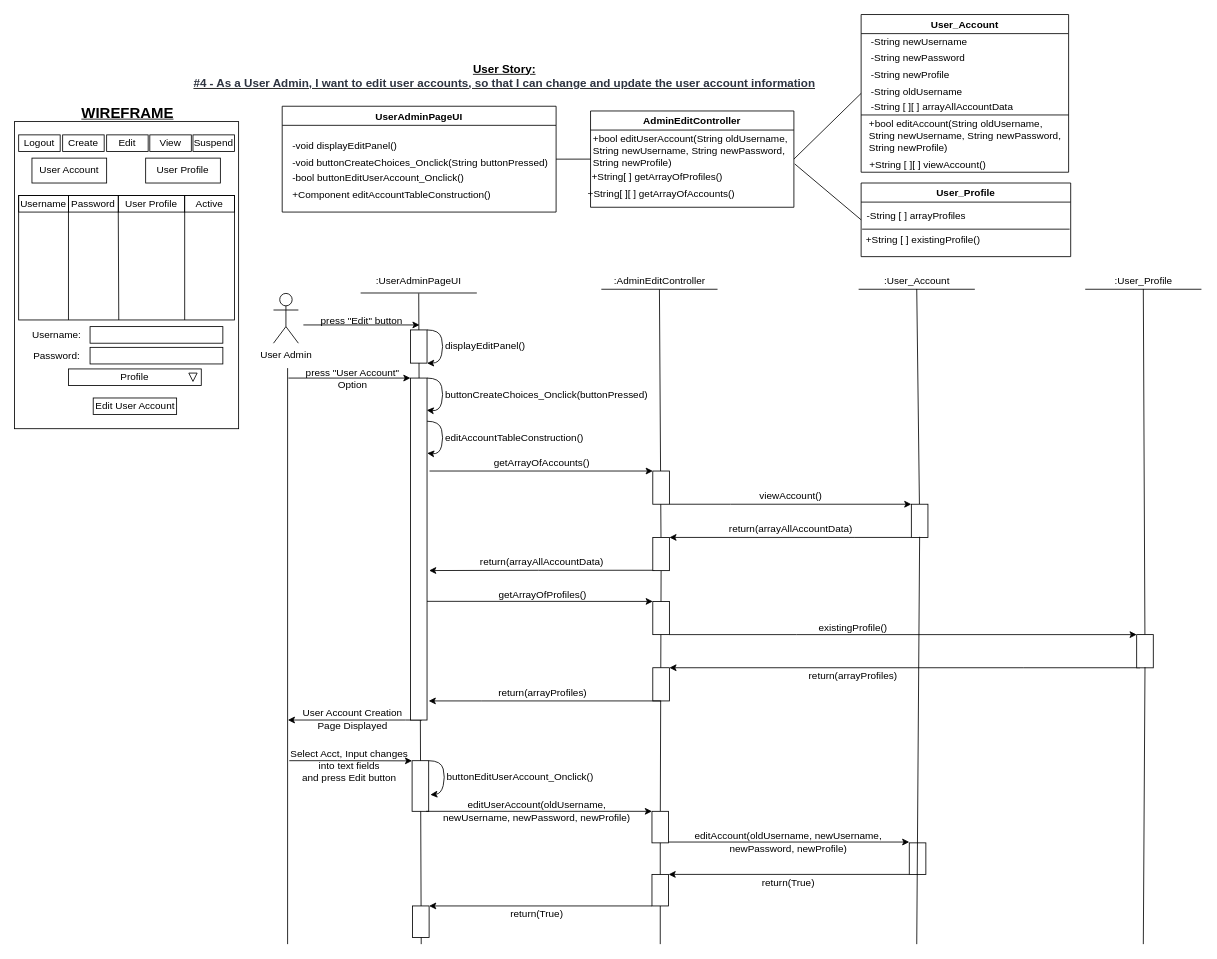
Before: BCE_UML_and_Diagrams/UserAdmin/UserAdmin_Edit(#4&9)/UserStory#4_EditUserAccount.drawio in extred5700/JAVAGUI-Restaurant-Table-Order-System, a draw.io diagram. Source tidied: cells renumbered, new cells numbered last; positions are measured from the earlier drawing's top-left corner, leaving out a move shared by most shapes. Both pictures are drawn from the tidied source at 83%, with x=0, y=0 at pixel (14, 14).
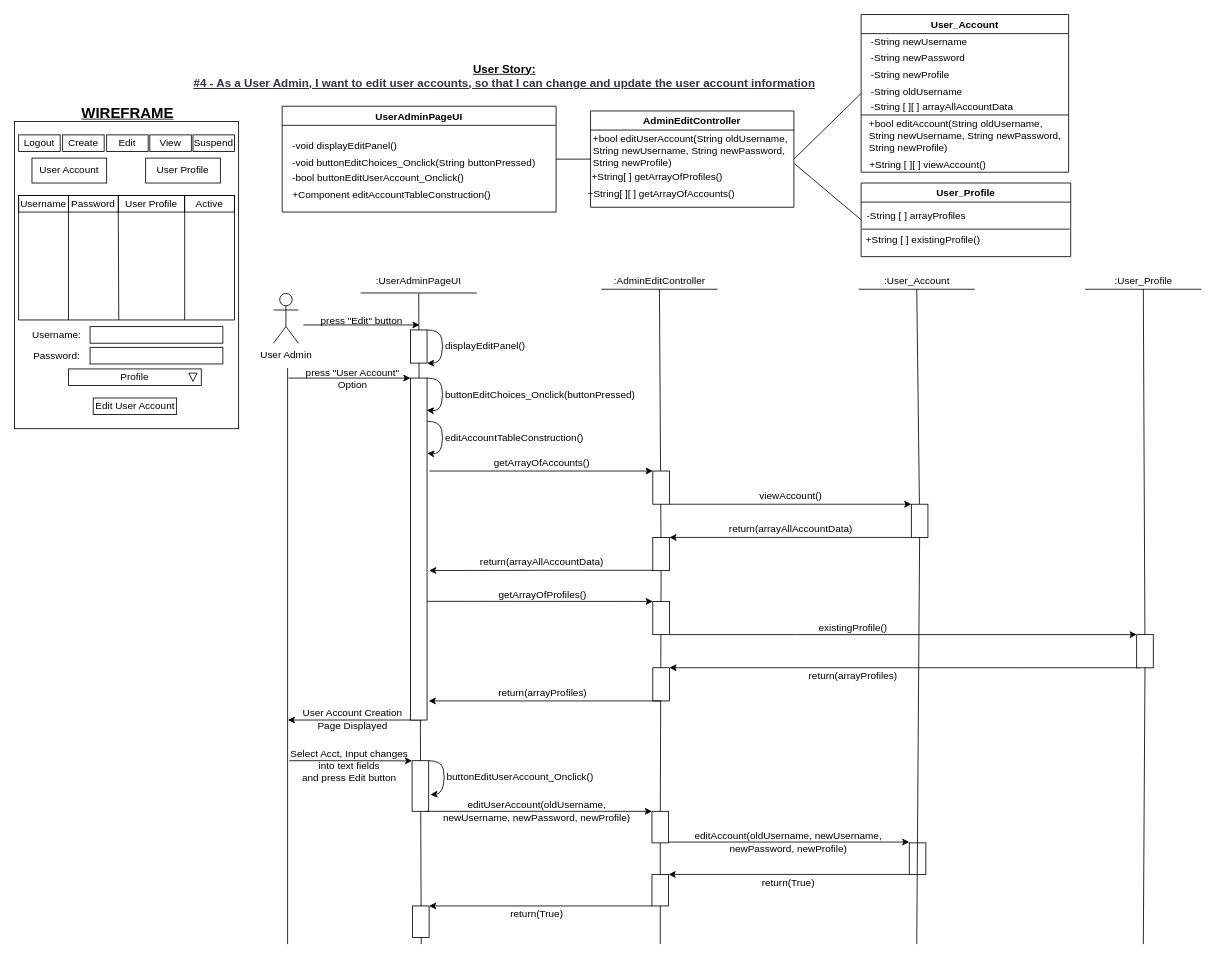
The same page after the edit.

The change refers to these unchanged cells:
```xml
<mxCell id="5" value="UserAdminPageUI" style="swimlane;" parent="1" vertex="1">
  <mxGeometry x="322.5" y="110.5" width="330" height="127.5" as="geometry" />
</mxCell>
```

Change to the diagram source:
```diff
@@
-    <mxCell id="8" value="-void buttonCreateChoices_Onclick(String buttonPressed)" style="text;html=1;align=left;verticalAlign=middle;strokeColor=none;fillColor=none;" parent="5" vertex="1">
-      <mxGeometry x="10" y="58" width="320" height="20" as="geometry" />
+    <mxCell id="8" value="-void buttonEditChoices_Onclick(String buttonPressed)" style="text;html=1;align=left;verticalAlign=middle;strokeColor=none;fillColor=none;" parent="5" vertex="1">
+      <mxGeometry x="10" y="58" width="310" height="20" as="geometry" />
     </mxCell>
@@
-    <mxCell id="83" value="buttonCreateChoices_Onclick(buttonPressed)" style="text;html=1;align=left;verticalAlign=middle;strokeColor=none;fillColor=none;" parent="1" vertex="1">
-      <mxGeometry x="517" y="448" width="260" height="20" as="geometry" />
+    <mxCell id="83" value="buttonEditChoices_Onclick(buttonPressed)" style="text;html=1;align=left;verticalAlign=middle;strokeColor=none;fillColor=none;" parent="1" vertex="1">
+      <mxGeometry x="517" y="448" width="240" height="20" as="geometry" />
     </mxCell>
```
